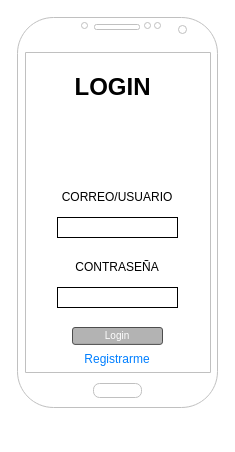
Juanse-26/grupo3 keeps this draw.io diagram as page "Login" (1 of 10) of mockups/Mockups-Grupo#3.drawio. Above is the earlier version. Source tidied: cells renumbered, new cells numbered last; positions are measured from the earlier drawing's top-left corner, leaving out a move shared by most shapes. Both pictures are drawn from the tidied source at 100%, with x=0, y=0 at pixel (17, 17).
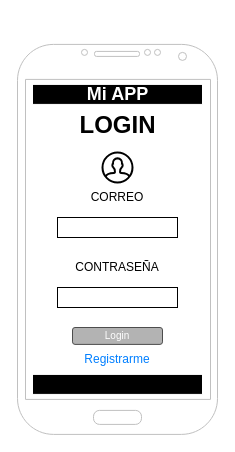
After the change.

What changed in the source:
```diff
@@
 <mxGraphModel>
   <root>
     <mxCell id="0" />
     <mxCell id="1" parent="0" />
     <mxCell id="2" style="verticalLabelPosition=bottom;verticalAlign=top;html=1;shadow=0;dashed=0;strokeWidth=1;shape=mxgraph.android.phone2;strokeColor=#c0c0c0;" parent="1" vertex="1">
-      <mxGeometry width="200" height="390" as="geometry" />
+      <mxGeometry y="26.9" width="200" height="390" as="geometry" />
     </mxCell>
     <mxCell id="3" value="Login" style="rounded=1;html=1;shadow=0;dashed=0;whiteSpace=wrap;fontSize=10;fillColor=#B3B3B3;align=center;strokeColor=#4D4D4D;fontColor=#ffffff;" parent="1" vertex="1">
       <mxGeometry x="55" y="310" width="90" height="16.9" as="geometry" />
     </mxCell>
     <mxCell id="4" style="rounded=0;whiteSpace=wrap;html=1;" parent="1" vertex="1">
       <mxGeometry x="40" y="200" width="120" height="20" as="geometry" />
     </mxCell>
     <mxCell id="5" style="rounded=0;whiteSpace=wrap;html=1;" parent="1" vertex="1">
       <mxGeometry x="40" y="270" width="120" height="20" as="geometry" />
     </mxCell>
-    <mxCell id="6" value="CORREO/USUARIO" style="text;html=1;strokeColor=none;fillColor=none;align=center;verticalAlign=middle;whiteSpace=wrap;rounded=0;" parent="1" vertex="1">
+    <mxCell id="6" value="CORREO" style="text;html=1;strokeColor=none;fillColor=none;align=center;verticalAlign=middle;whiteSpace=wrap;rounded=0;" parent="1" vertex="1">
       <mxGeometry x="70" y="165" width="60" height="30" as="geometry" />
     </mxCell>
     <mxCell id="7" value="CONTRASEÑA" style="text;html=1;strokeColor=none;fillColor=none;align=center;verticalAlign=middle;whiteSpace=wrap;rounded=0;" parent="1" vertex="1">
       <mxGeometry x="70" y="235" width="60" height="30" as="geometry" />
     </mxCell>
     <mxCell id="8" value="LOGIN" style="text;strokeColor=none;fillColor=none;html=1;fontSize=24;fontStyle=1;verticalAlign=middle;align=center;" parent="1" vertex="1">
-      <mxGeometry x="45" y="50" width="100" height="40" as="geometry" />
+      <mxGeometry x="50" y="87.9" width="100" height="40" as="geometry" />
     </mxCell>
     <mxCell id="9" value="Registrarme" style="text;html=1;strokeColor=none;fillColor=none;align=center;verticalAlign=middle;whiteSpace=wrap;rounded=0;fontColor=#007FFF;" parent="1" vertex="1">
       <mxGeometry x="70" y="326.9" width="60" height="30" as="geometry" />
     </mxCell>
+    <mxCell id="10" style="rounded=0;whiteSpace=wrap;html=1;strokeColor=#FFFFFF;fillColor=#000000;" parent="1" vertex="1">
+      <mxGeometry x="15" y="66.9" width="170" height="20" as="geometry" />
+    </mxCell>
+    <mxCell id="11" style="rounded=0;whiteSpace=wrap;html=1;strokeColor=#FFFFFF;fillColor=#000000;" parent="1" vertex="1">
+      <mxGeometry x="15" y="356.9" width="170" height="20" as="geometry" />
+    </mxCell>
+    <mxCell id="12" value="Mi APP" style="text;strokeColor=none;fillColor=none;html=1;fontSize=18;fontStyle=1;verticalAlign=middle;align=center;fontColor=#FFFFFF;" parent="1" vertex="1">
+      <mxGeometry x="50" y="66.9" width="100" height="20" as="geometry" />
+    </mxCell>
+    <mxCell id="13" style="html=1;verticalLabelPosition=bottom;align=center;labelBackgroundColor=#ffffff;verticalAlign=top;strokeWidth=2;strokeColor=#000000;shadow=0;dashed=0;shape=mxgraph.ios7.icons.user;" parent="1" vertex="1">
+      <mxGeometry x="85" y="135" width="30" height="30" as="geometry" />
+    </mxCell>
   </root>
 </mxGraphModel>
```
